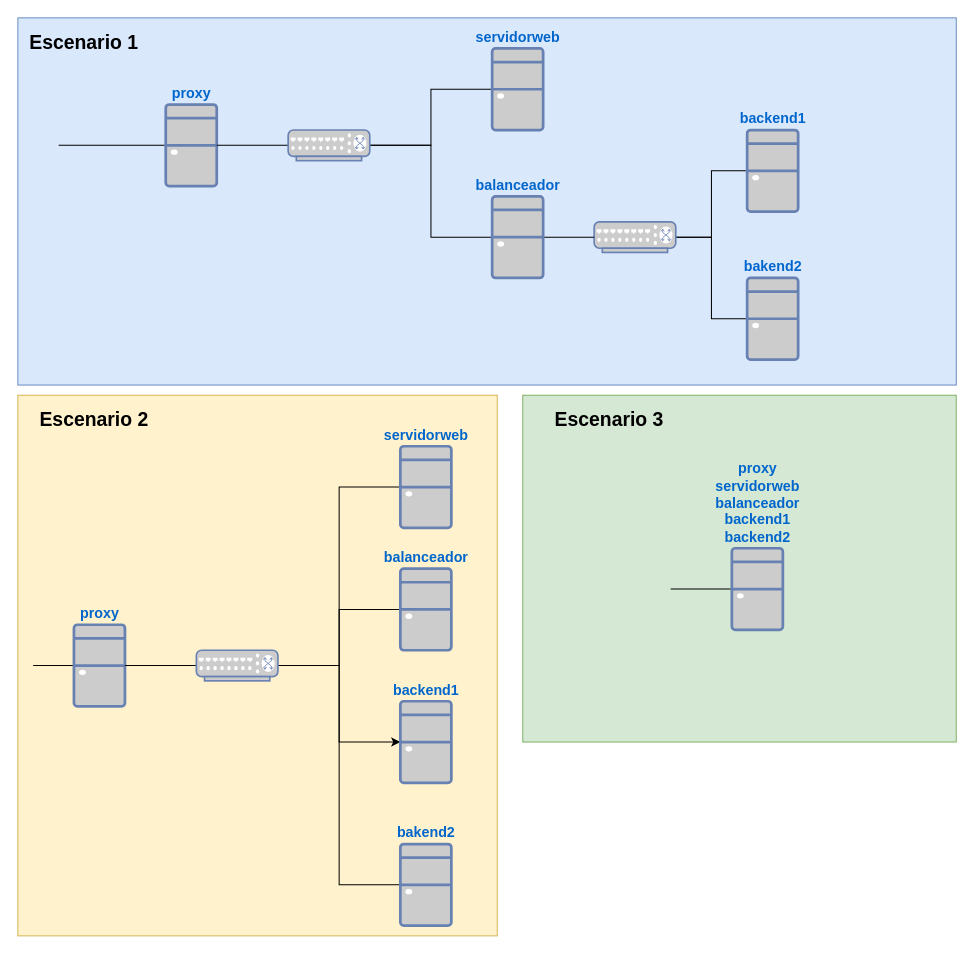
Above: modulos/_sri/sri/2526/u3/img/practica.drawio in josedom24/fp_pledin (draw.io), before the change. Source tidied: cells renumbered, new cells numbered last; positions are measured from the earlier drawing's top-left corner, leaving out a move shared by most shapes. Both pictures are drawn from the tidied source at 102%, with x=0, y=0 at pixel (17, 17).
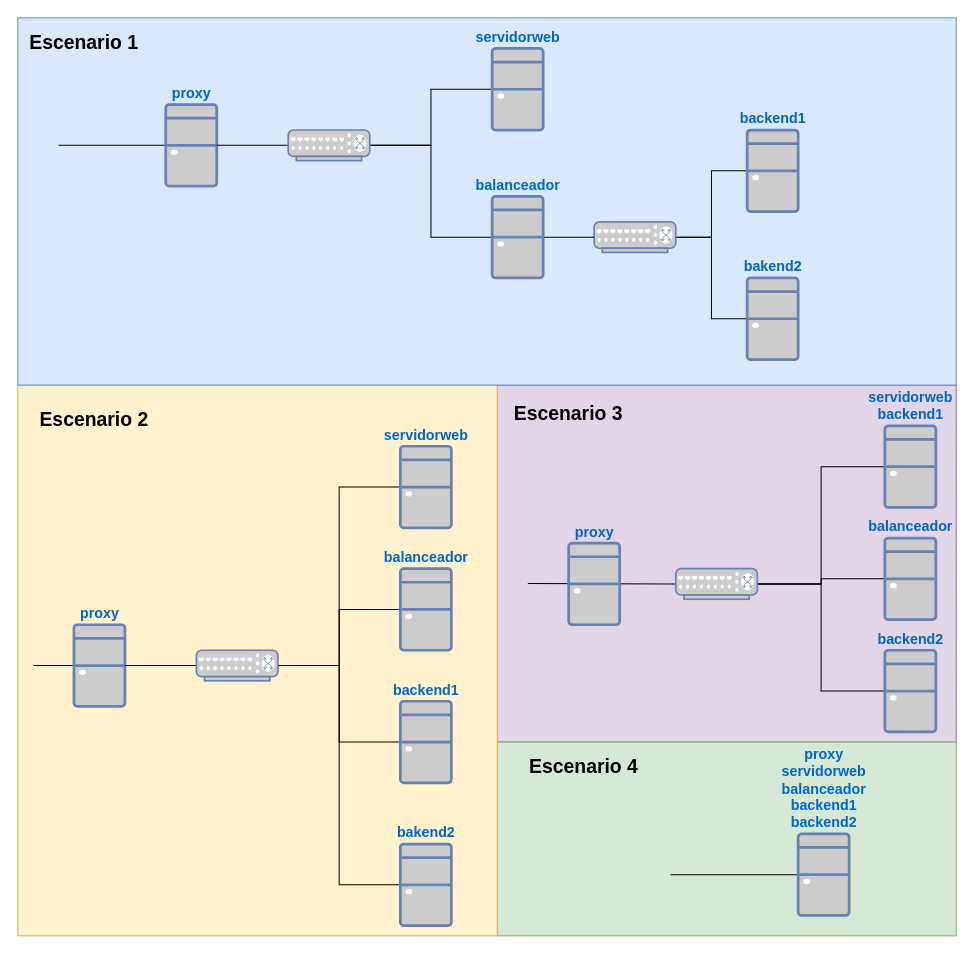
After the change.

The change refers to these unchanged cells:
```xml
<mxCell id="26" style="fontColor=#0066CC;verticalAlign=top;verticalLabelPosition=bottom;labelPosition=center;align=center;html=1;outlineConnect=0;fillColor=#CCCCCC;strokeColor=#6881B3;gradientColor=none;gradientDirection=north;strokeWidth=2;shape=mxgraph.networks.switch;" parent="1" vertex="1">
  <mxGeometry x="175" y="620" width="80" height="30" as="geometry" />
</mxCell>
<mxCell id="29" value="&lt;font size=&quot;1&quot;&gt;&lt;b style=&quot;font-size: 14px;&quot;&gt;backend1&lt;/b&gt;&lt;/font&gt;" style="fontColor=#0066CC;verticalAlign=bottom;verticalLabelPosition=top;labelPosition=center;align=center;html=1;outlineConnect=0;fillColor=#CCCCCC;strokeColor=#6881B3;gradientColor=none;gradientDirection=north;strokeWidth=2;shape=mxgraph.networks.desktop_pc;" parent="1" vertex="1">
  <mxGeometry x="375" y="670" width="50" height="80" as="geometry" />
</mxCell>
```

What changed in the source:
```diff
@@
+    <mxCell id="36" style="whiteSpace=wrap;html=1;fillColor=#e1d5e7;strokeColor=#9673a6;" parent="1" vertex="1">
+      <mxGeometry x="470" y="360" width="450" height="350" as="geometry" />
+    </mxCell>
     <mxCell id="2" style="whiteSpace=wrap;html=1;fillColor=#d5e8d4;strokeColor=#82b366;" parent="1" vertex="1">
-      <mxGeometry x="495" y="370" width="425" height="340" as="geometry" />
+      <mxGeometry x="470" y="710" width="450" height="190" as="geometry" />
     </mxCell>
     <mxCell id="3" style="whiteSpace=wrap;html=1;fillColor=#fff2cc;strokeColor=#d6b656;" parent="1" vertex="1">
-      <mxGeometry y="370" width="470" height="530" as="geometry" />
+      <mxGeometry y="360" width="470" height="540" as="geometry" />
     </mxCell>
@@
-    <mxCell id="24" style="edgeStyle=orthogonalEdgeStyle;rounded=0;jettySize=auto;html=1;entryX=0;entryY=0.5;entryDx=0;entryDy=0;entryPerimeter=0;" parent="1" edge="1" source="26" target="29">
+    <mxCell id="24" style="edgeStyle=orthogonalEdgeStyle;rounded=0;jettySize=auto;html=1;entryX=0;entryY=0.5;entryDx=0;entryDy=0;entryPerimeter=0;endArrow=none;endFill=0;" parent="1" edge="1" source="26" target="29">
       <mxGeometry relative="1" as="geometry" />
     </mxCell>
@@
     <mxCell id="31" style="edgeStyle=orthogonalEdgeStyle;rounded=0;jettySize=auto;html=1;endArrow=none;endFill=0;" parent="1" edge="1" source="32">
       <mxGeometry relative="1" as="geometry">
-        <mxPoint x="640" y="560" as="targetPoint" />
+        <mxPoint x="700" y="840" as="targetPoint" />
+        <Array as="points">
+          <mxPoint x="640" y="840" />
+        </Array>
       </mxGeometry>
     </mxCell>
     <mxCell id="32" value="&lt;font size=&quot;1&quot;&gt;&lt;b style=&quot;font-size: 14px;&quot;&gt;proxy&lt;br&gt;servidorweb&lt;br&gt;balanceador&lt;br&gt;backend1&lt;br&gt;backend2&lt;/b&gt;&lt;/font&gt;" style="fontColor=#0066CC;verticalAlign=bottom;verticalLabelPosition=top;labelPosition=center;align=center;html=1;outlineConnect=0;fillColor=#CCCCCC;strokeColor=#6881B3;gradientColor=none;gradientDirection=north;strokeWidth=2;shape=mxgraph.networks.desktop_pc;" parent="1" vertex="1">
-      <mxGeometry x="700" y="520" width="50" height="80" as="geometry" />
+      <mxGeometry x="765" y="800" width="50" height="80" as="geometry" />
     </mxCell>
@@
-    <mxCell id="35" value="&lt;font style=&quot;font-size: 19px;&quot;&gt;&lt;b&gt;Escenario 3&lt;/b&gt;&lt;/font&gt;" style="text;html=1;whiteSpace=wrap;strokeColor=none;fillColor=none;align=center;verticalAlign=middle;rounded=0;" parent="1" vertex="1">
-      <mxGeometry x="515" y="380" width="130" height="30" as="geometry" />
+    <mxCell id="35" value="&lt;font style=&quot;font-size: 19px;&quot;&gt;&lt;b&gt;Escenario 4&lt;/b&gt;&lt;/font&gt;" style="text;html=1;whiteSpace=wrap;strokeColor=none;fillColor=none;align=center;verticalAlign=middle;rounded=0;" parent="1" vertex="1">
+      <mxGeometry x="490" y="720" width="130" height="30" as="geometry" />
     </mxCell>
+    <mxCell id="37" style="edgeStyle=orthogonalEdgeStyle;rounded=0;jettySize=auto;html=1;endArrow=none;endFill=0;exitX=0;exitY=0.5;exitDx=0;exitDy=0;exitPerimeter=0;" parent="1" edge="1" source="42">
+      <mxGeometry relative="1" as="geometry">
+        <mxPoint x="500" y="554.5" as="targetPoint" />
+      </mxGeometry>
+    </mxCell>
+    <mxCell id="38" value="&lt;font size=&quot;1&quot;&gt;&lt;b style=&quot;font-size: 14px;&quot;&gt;proxy&lt;/b&gt;&lt;/font&gt;" style="fontColor=#0066CC;verticalAlign=bottom;verticalLabelPosition=top;labelPosition=center;align=center;html=1;fillColor=#CCCCCC;strokeColor=#6881B3;gradientColor=none;gradientDirection=north;strokeWidth=2;shape=mxgraph.networks.desktop_pc;" parent="1" vertex="1">
+      <mxGeometry x="540" y="515" width="50" height="80" as="geometry" />
+    </mxCell>
+    <mxCell id="39" style="edgeStyle=orthogonalEdgeStyle;rounded=0;jettySize=auto;html=1;endArrow=none;endFill=0;entryX=0;entryY=0.5;entryDx=0;entryDy=0;entryPerimeter=0;" parent="1" edge="1" source="42" target="43">
+      <mxGeometry relative="1" as="geometry" />
+    </mxCell>
+    <mxCell id="40" style="edgeStyle=orthogonalEdgeStyle;rounded=0;jettySize=auto;html=1;endArrow=none;endFill=0;entryX=0;entryY=0.5;entryDx=0;entryDy=0;entryPerimeter=0;" parent="1" edge="1" source="42" target="44">
+      <mxGeometry relative="1" as="geometry" />
+    </mxCell>
+    <mxCell id="41" style="edgeStyle=orthogonalEdgeStyle;rounded=0;jettySize=auto;html=1;entryX=0;entryY=0.5;entryDx=0;entryDy=0;entryPerimeter=0;endArrow=none;endFill=0;" parent="1" edge="1" source="42" target="45">
+      <mxGeometry relative="1" as="geometry" />
+    </mxCell>
+    <mxCell id="42" style="fontColor=#0066CC;verticalAlign=top;verticalLabelPosition=bottom;labelPosition=center;align=center;html=1;outlineConnect=0;fillColor=#CCCCCC;strokeColor=#6881B3;gradientColor=none;gradientDirection=north;strokeWidth=2;shape=mxgraph.networks.switch;" parent="1" vertex="1">
+      <mxGeometry x="645" y="540" width="80" height="30" as="geometry" />
+    </mxCell>
+    <mxCell id="43" value="&lt;font size=&quot;1&quot;&gt;&lt;b style=&quot;font-size: 14px;&quot;&gt;servidorweb&lt;/b&gt;&lt;/font&gt;&lt;div&gt;&lt;font size=&quot;1&quot;&gt;&lt;b style=&quot;font-size: 14px;&quot;&gt;backend1&lt;/b&gt;&lt;/font&gt;&lt;/div&gt;" style="fontColor=#0066CC;verticalAlign=bottom;verticalLabelPosition=top;labelPosition=center;align=center;html=1;outlineConnect=0;fillColor=#CCCCCC;strokeColor=#6881B3;gradientColor=none;gradientDirection=north;strokeWidth=2;shape=mxgraph.networks.desktop_pc;" parent="1" vertex="1">
+      <mxGeometry x="850" y="400" width="50" height="80" as="geometry" />
+    </mxCell>
+    <mxCell id="44" value="&lt;font size=&quot;1&quot;&gt;&lt;b style=&quot;font-size: 14px;&quot;&gt;balanceador&lt;/b&gt;&lt;/font&gt;" style="fontColor=#0066CC;verticalAlign=bottom;verticalLabelPosition=top;labelPosition=center;align=center;html=1;outlineConnect=0;fillColor=#CCCCCC;strokeColor=#6881B3;gradientColor=none;gradientDirection=north;strokeWidth=2;shape=mxgraph.networks.desktop_pc;" parent="1" vertex="1">
+      <mxGeometry x="850" y="510" width="50" height="80" as="geometry" />
+    </mxCell>
+    <mxCell id="45" value="&lt;font size=&quot;1&quot;&gt;&lt;b style=&quot;font-size: 14px;&quot;&gt;backend2&lt;/b&gt;&lt;/font&gt;" style="fontColor=#0066CC;verticalAlign=bottom;verticalLabelPosition=top;labelPosition=center;align=center;html=1;outlineConnect=0;fillColor=#CCCCCC;strokeColor=#6881B3;gradientColor=none;gradientDirection=north;strokeWidth=2;shape=mxgraph.networks.desktop_pc;" parent="1" vertex="1">
+      <mxGeometry x="850" y="620" width="50" height="80" as="geometry" />
+    </mxCell>
+    <mxCell id="46" value="&lt;font style=&quot;font-size: 19px;&quot;&gt;&lt;b&gt;Escenario 3&lt;/b&gt;&lt;/font&gt;" style="text;html=1;whiteSpace=wrap;strokeColor=none;fillColor=none;align=center;verticalAlign=middle;rounded=0;" parent="1" vertex="1">
+      <mxGeometry x="475" y="374" width="130" height="30" as="geometry" />
+    </mxCell>
```
